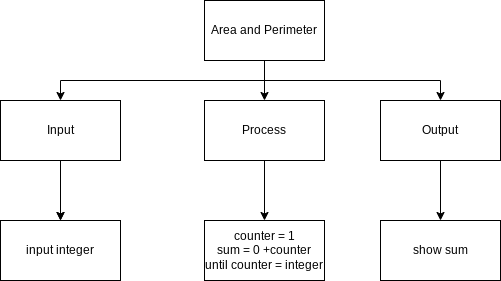
devin-jhu/ICS3U-Unit4-01-Python keeps this draw.io diagram as plan.png. Above is the earlier version. Source tidied: cells renumbered, new cells last; positions are measured from the earlier drawing's top-left corner, leaving out a move shared by most shapes.
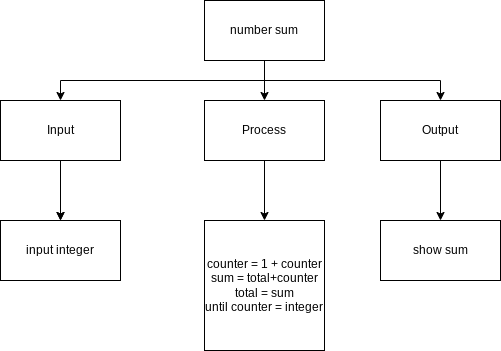
The same file after the commit.

The edit, as a diff of the source:
```diff
@@ -11,7 +11,7 @@
     <mxCell id="4" style="edgeStyle=orthogonalEdgeStyle;rounded=0;html=1;exitX=0.5;exitY=1;exitDx=0;exitDy=0;" parent="1" edge="1" source="5" target="12">
       <mxGeometry relative="1" as="geometry" />
     </mxCell>
-    <mxCell id="5" value="Area and Perimeter" style="rounded=0;whiteSpace=wrap;html=1;" parent="1" vertex="1">
+    <mxCell id="5" value="number sum" style="rounded=0;whiteSpace=wrap;html=1;" parent="1" vertex="1">
       <mxGeometry x="204" width="120" height="60" as="geometry" />
     </mxCell>
     <mxCell id="6" style="edgeStyle=orthogonalEdgeStyle;rounded=0;html=1;exitX=0.5;exitY=1;exitDx=0;exitDy=0;entryX=0.5;entryY=0;entryDx=0;entryDy=0;" parent="1" edge="1" source="8">
@@ -37,8 +37,8 @@
     <mxCell id="12" value="Output" style="rounded=0;whiteSpace=wrap;html=1;" parent="1" vertex="1">
       <mxGeometry x="380" y="100" width="120" height="60" as="geometry" />
     </mxCell>
-    <mxCell id="13" value="counter = 1&lt;br&gt;sum = 0 +counter&lt;br&gt;until counter = integer" style="rounded=0;whiteSpace=wrap;html=1;" parent="1" vertex="1">
-      <mxGeometry x="204" y="220" width="120" height="60" as="geometry" />
+    <mxCell id="13" value="counter = 1 + counter&lt;br&gt;sum = total+counter&lt;br&gt;total = sum&lt;br&gt;until counter = integer" style="rounded=0;whiteSpace=wrap;html=1;" parent="1" vertex="1">
+      <mxGeometry x="204" y="220" width="120" height="130" as="geometry" />
     </mxCell>
     <mxCell id="14" value="show sum" style="rounded=0;whiteSpace=wrap;html=1;" parent="1" vertex="1">
       <mxGeometry x="380" y="220" width="120" height="60" as="geometry" />
```
